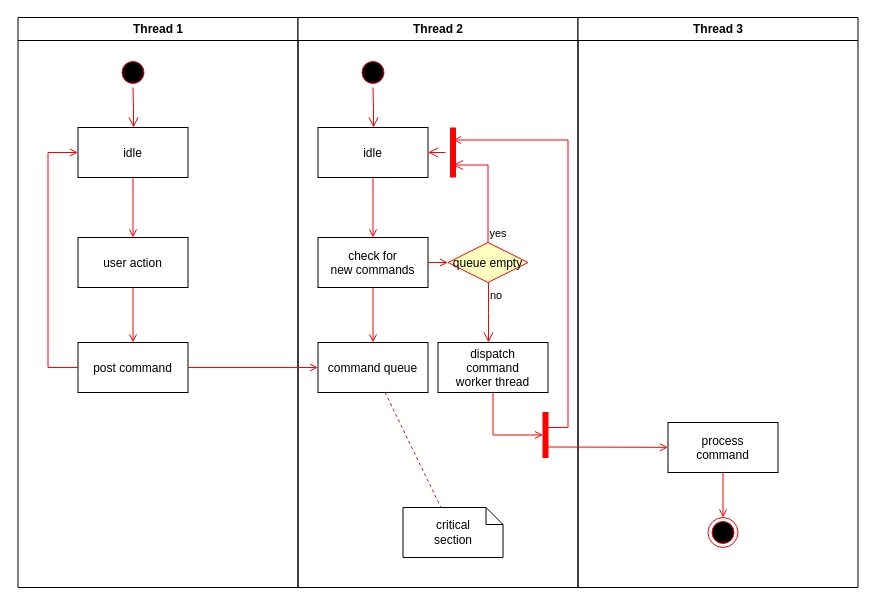
This is 未命名绘图.drawio from wanggan768q/DrawIO, a draw.io file, before an edit. Source tidied: cells renumbered, new cells numbered last; positions are measured from the earlier drawing's top-left corner, leaving out a move shared by most shapes. Both pictures are drawn from the tidied source at 100%, with x=0, y=0 at pixel (17, 17).
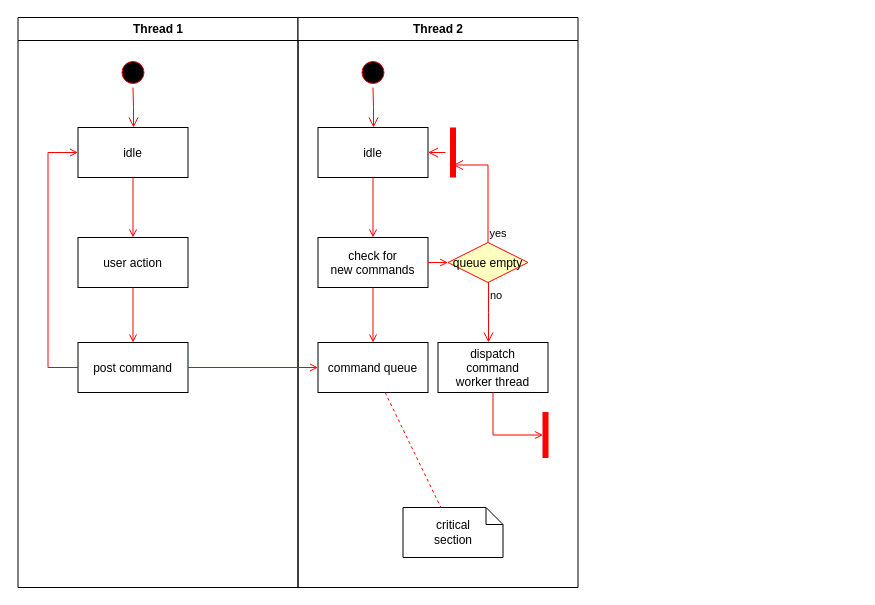
Above is the later version.

The change refers to these unchanged cells:
```xml
<mxCell id="23" style="shape=line;strokeWidth=6;strokeColor=#ff0000;rotation=90;" parent="11" vertex="1">
  <mxGeometry x="130" y="127.5" width="50" height="15" as="geometry" />
</mxCell>
```

The edit, as a diff of the source:
```diff
@@
-    <mxCell id="30" value="Thread 3" style="swimlane;whiteSpace=wrap;" parent="1" vertex="1">
-      <mxGeometry x="560.5" width="280" height="570" as="geometry" />
-    </mxCell>
-    <mxCell id="31" value="process&#10;command" parent="30" vertex="1">
-      <mxGeometry x="90" y="405" width="110" height="50" as="geometry" />
-    </mxCell>
-    <mxCell id="32" style="edgeStyle=elbowEdgeStyle;elbow=horizontal;strokeColor=#FF0000;endArrow=open;endFill=1;rounded=0;entryX=0.25;entryY=0.5;entryPerimeter=0;" parent="30" edge="1" target="23">
-      <mxGeometry relative="1" as="geometry">
-        <mxPoint x="-30" y="410" as="sourcePoint" />
-        <Array as="points">
-          <mxPoint x="-10" y="135" />
-        </Array>
-      </mxGeometry>
-    </mxCell>
-    <mxCell id="33" style="edgeStyle=none;strokeColor=#FF0000;endArrow=open;endFill=1;rounded=0;" parent="30" edge="1" target="31">
-      <mxGeometry relative="1" as="geometry">
-        <mxPoint x="-30" y="429.5" as="sourcePoint" />
-      </mxGeometry>
-    </mxCell>
-    <mxCell id="34" style="ellipse;shape=endState;fillColor=#000000;strokeColor=#ff0000;" parent="30" vertex="1">
-      <mxGeometry x="130" y="500" width="30" height="30" as="geometry" />
-    </mxCell>
-    <mxCell id="35" style="endArrow=open;strokeColor=#FF0000;endFill=1;rounded=0;" parent="30" edge="1" source="31" target="34">
-      <mxGeometry relative="1" as="geometry" />
-    </mxCell>
```
